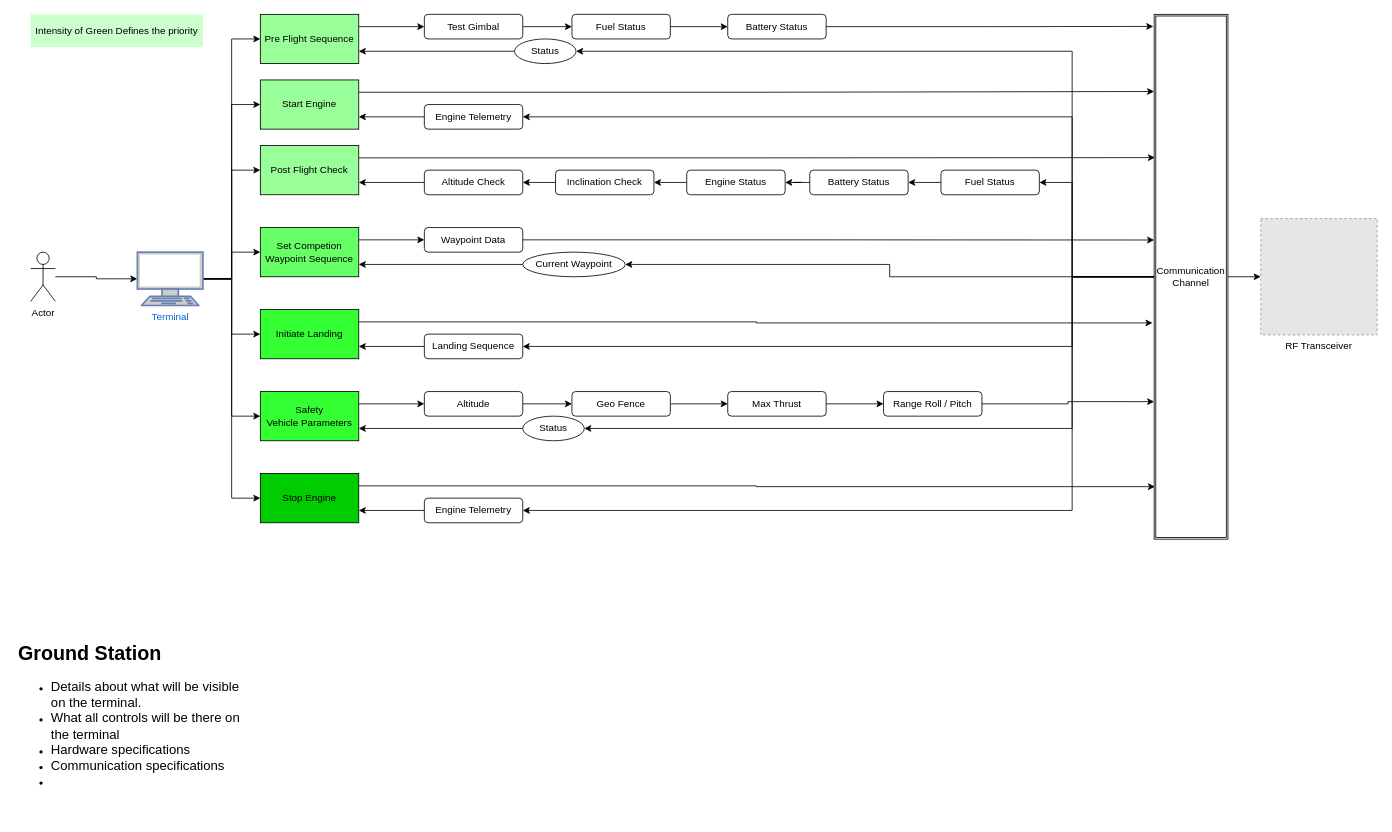
antarikshnarain/ArtemisLeapFrog keeps this draw.io diagram as page "Ground Station" (3 of 10) of Documentation/Leapfrog_Architecture.drawio. Above is the earlier version. Source tidied: cells renumbered, new cells numbered last; positions are measured from the earlier drawing's top-left corner, leaving out a move shared by most shapes. Both pictures are drawn from the tidied source at 82%, with x=0, y=0 at pixel (14, 14). Pictures stored in the file or linked from it are replaced by grey dashed boxes.
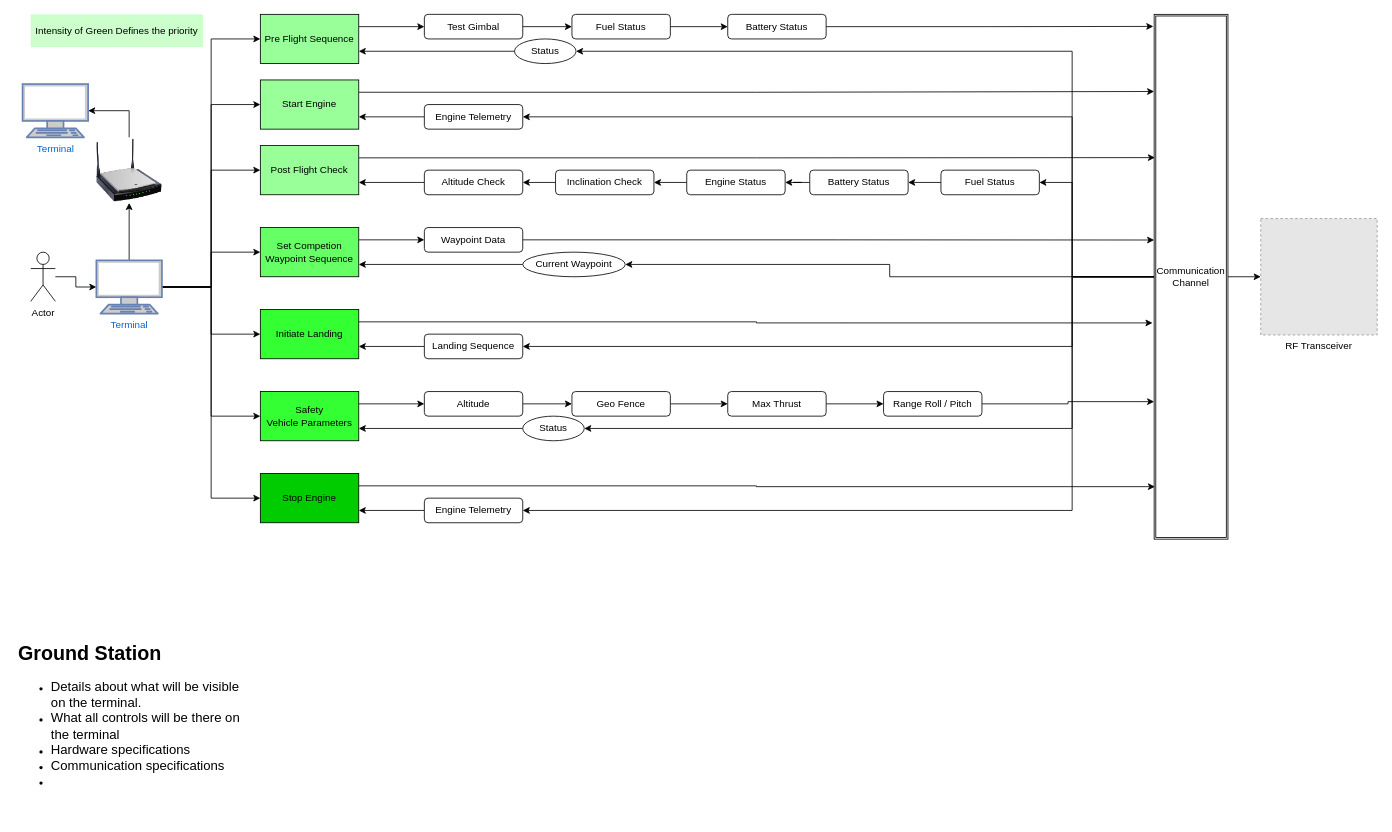
The same page after the edit.

What changed in the source:
```diff
@@
+    <mxCell id="76" style="edgeStyle=orthogonalEdgeStyle;rounded=0;jettySize=auto;html=1;entryX=0.5;entryY=1;entryDx=0;entryDy=0;" parent="1" edge="1" source="12" target="78">
+      <mxGeometry relative="1" as="geometry" />
+    </mxCell>
     <mxCell id="12" value="Terminal" style="fontColor=#0066CC;verticalAlign=top;verticalLabelPosition=bottom;labelPosition=center;align=center;html=1;outlineConnect=0;fillColor=#CCCCCC;strokeColor=#6881B3;gradientColor=none;gradientDirection=north;strokeWidth=2;shape=mxgraph.networks.terminal;" parent="1" vertex="1">
-      <mxGeometry x="150" y="290" width="80" height="65" as="geometry" />
+      <mxGeometry x="100" y="300" width="80" height="65" as="geometry" />
     </mxCell>
@@
+    <mxCell id="77" style="edgeStyle=orthogonalEdgeStyle;rounded=0;jettySize=auto;html=1;exitX=0.5;exitY=0;exitDx=0;exitDy=0;entryX=1;entryY=0.5;entryDx=0;entryDy=0;entryPerimeter=0;" parent="1" edge="1" source="78" target="79">
+      <mxGeometry relative="1" as="geometry" />
+    </mxCell>
+    <mxCell id="78" style="image;html=1;labelBackgroundColor=#ffffff;image=img/lib/clip_art/networking/Wireless_Router_N_128x128.png;" parent="1" vertex="1">
+      <mxGeometry x="100" y="150" width="80" height="80" as="geometry" />
+    </mxCell>
+    <mxCell id="79" value="Terminal" style="fontColor=#0066CC;verticalAlign=top;verticalLabelPosition=bottom;labelPosition=center;align=center;html=1;outlineConnect=0;fillColor=#CCCCCC;strokeColor=#6881B3;gradientColor=none;gradientDirection=north;strokeWidth=2;shape=mxgraph.networks.terminal;" parent="1" vertex="1">
+      <mxGeometry x="10" y="85" width="80" height="65" as="geometry" />
+    </mxCell>
```
